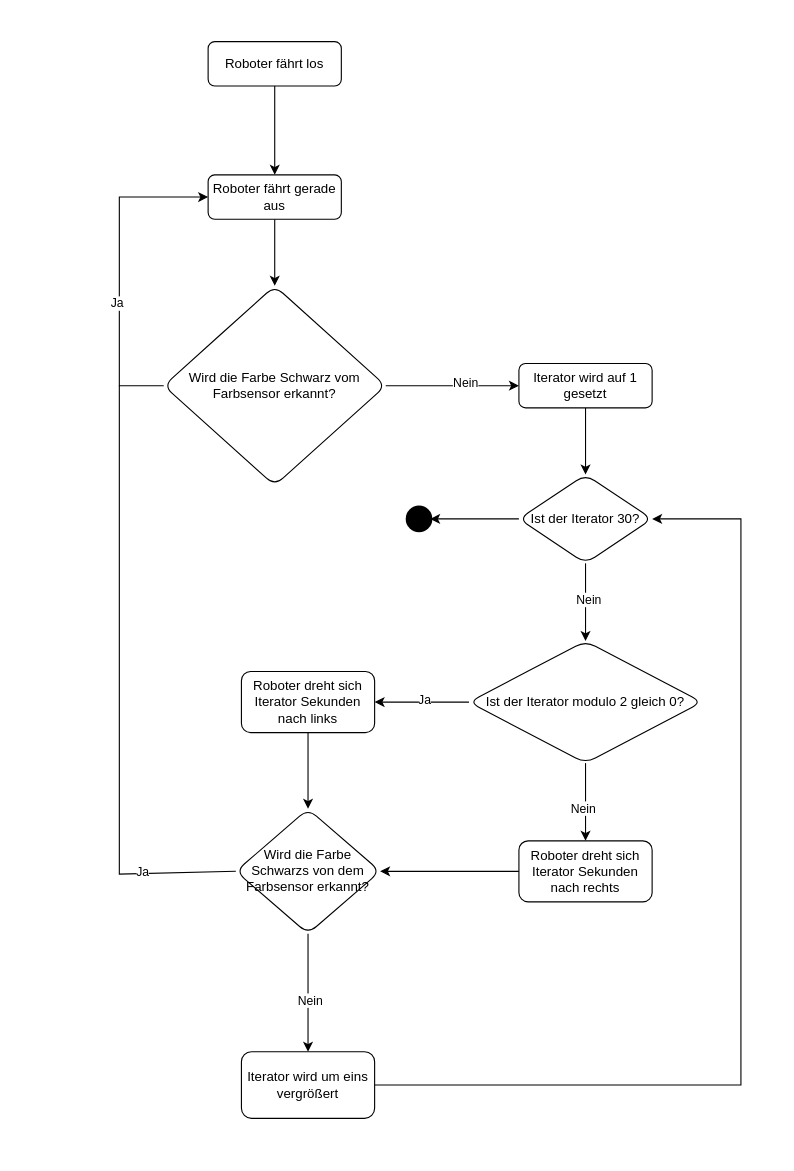
Earlier version of the draw.io diagram OneSensor.drawio (Vin1X/Lego-Spike-Movement). Source tidied: cells renumbered, new cells numbered last; positions are measured from the earlier drawing's top-left corner, leaving out a move shared by most shapes. Both pictures are drawn from the tidied source at 111%, with x=0, y=0 at pixel (119, 41).
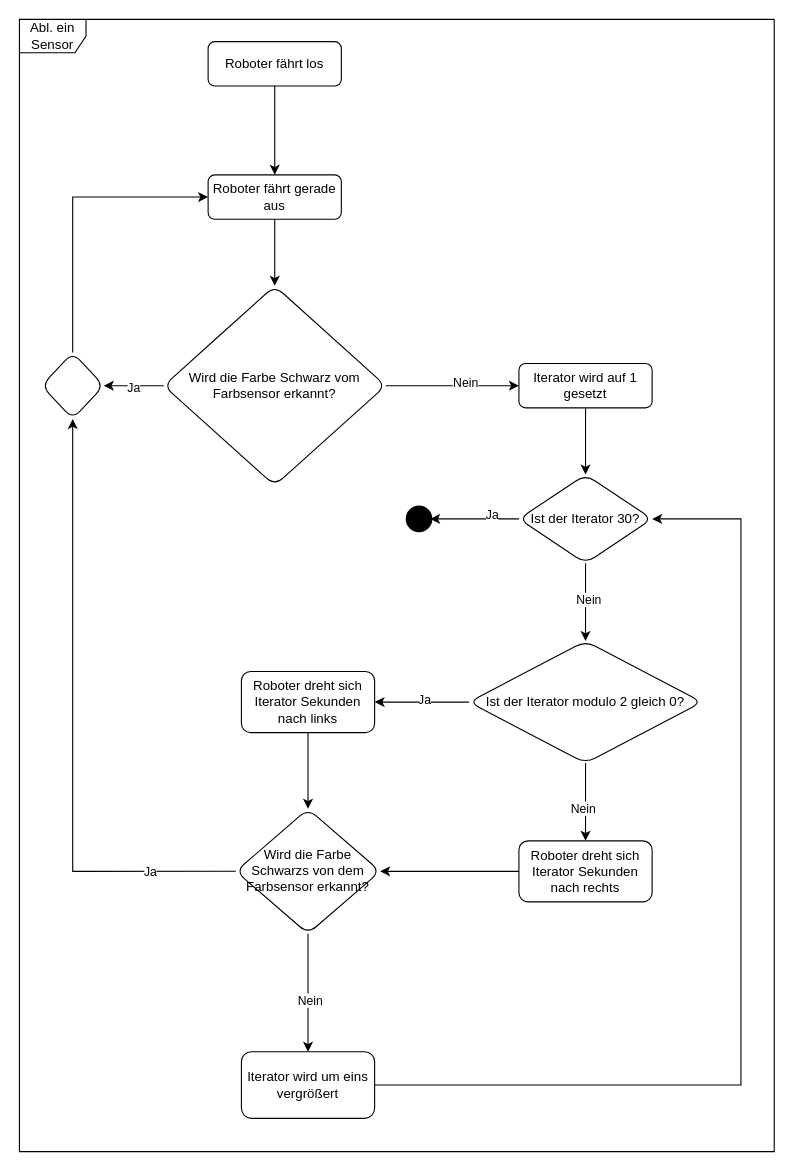
After the change.

Unchanged cells that the change refers to:
```xml
<mxCell id="5" value="Roboter fährt gerade aus" style="rounded=1;whiteSpace=wrap;html=1;fontSize=12;glass=0;strokeWidth=1;shadow=0;" parent="1" vertex="1">
  <mxGeometry x="80" y="120" width="120" height="40" as="geometry" />
</mxCell>
<mxCell id="8" value="Wird die Farbe Schwarz vom Farbsensor erkannt?" style="rhombus;whiteSpace=wrap;html=1;rounded=1;glass=0;strokeWidth=1;shadow=0;" parent="1" vertex="1">
  <mxGeometry x="40" y="220" width="200" height="180" as="geometry" />
</mxCell>
<mxCell id="26" value="Wird die Farbe Schwarzs von dem Farbsensor erkannt?" style="rhombus;whiteSpace=wrap;html=1;rounded=1;glass=0;strokeWidth=1;shadow=0;" parent="1" vertex="1">
  <mxGeometry x="105" y="691.2" width="130" height="112.5" as="geometry" />
</mxCell>
<mxCell id="33" style="endArrow=classic;html=1;rounded=0;exitX=0;exitY=0.5;exitDx=0;exitDy=0;" parent="1" edge="1" source="15">
  <mxGeometry relative="1" as="geometry">
    <mxPoint x="280" y="430" as="targetPoint" />
  </mxGeometry>
</mxCell>
```

Change to the diagram source:
```diff
@@
+    <mxCell id="34" style="edgeStyle=orthogonalEdgeStyle;rounded=0;jettySize=auto;html=1;exitX=0;exitY=0.5;exitDx=0;exitDy=0;entryX=1;entryY=0.5;entryDx=0;entryDy=0;" parent="1" edge="1" source="8" target="40">
+      <mxGeometry relative="1" as="geometry" />
+    </mxCell>
+    <mxCell id="35" value="Ja" style="edgeLabel;html=1;align=center;verticalAlign=middle;" parent="34" vertex="1">
+      <mxGeometry x="0.04" y="1" relative="1" as="geometry" />
+    </mxCell>
@@
-    <mxCell id="9" style="endArrow=classic;html=1;rounded=0;exitX=0;exitY=0.5;exitDx=0;exitDy=0;entryX=0;entryY=0.5;entryDx=0;entryDy=0;" parent="1" edge="1" source="8" target="5">
-      <mxGeometry relative="1" as="geometry">
-        <Array as="points">
-          <mxPoint y="310" />
-          <mxPoint y="140" />
-        </Array>
-      </mxGeometry>
-    </mxCell>
-    <mxCell id="10" value="Ja" style="edgeLabel;html=1;align=center;verticalAlign=middle;" parent="9" vertex="1">
-      <mxGeometry x="-0.21" y="3" relative="1" as="geometry" />
-    </mxCell>
@@
+    <mxCell id="36" style="edgeStyle=orthogonalEdgeStyle;rounded=0;jettySize=auto;html=1;exitX=0;exitY=0.5;exitDx=0;exitDy=0;entryX=0.5;entryY=1;entryDx=0;entryDy=0;" parent="1" edge="1" source="26" target="40">
+      <mxGeometry relative="1" as="geometry" />
+    </mxCell>
+    <mxCell id="37" value="Ja" style="edgeLabel;html=1;align=center;verticalAlign=middle;" parent="36" vertex="1">
+      <mxGeometry x="-0.72" relative="1" as="geometry" />
+    </mxCell>
@@
-    <mxCell id="28" style="endArrow=none;html=1;rounded=0;exitX=0;exitY=0.5;exitDx=0;exitDy=0;" parent="1" edge="1" source="26">
-      <mxGeometry relative="1" as="geometry">
-        <mxPoint y="310" as="targetPoint" />
-        <Array as="points">
-          <mxPoint y="750" />
-        </Array>
-      </mxGeometry>
-    </mxCell>
-    <mxCell id="29" value="Ja" style="edgeLabel;html=1;align=center;verticalAlign=middle;" parent="28" vertex="1">
-      <mxGeometry x="-0.69" y="-2" relative="1" as="geometry" />
-    </mxCell>
@@
+    <mxCell id="38" value="Ja" style="edgeLabel;html=1;align=center;verticalAlign=middle;" parent="33" vertex="1">
+      <mxGeometry x="-0.38" y="-4" relative="1" as="geometry" />
+    </mxCell>
+    <mxCell id="39" style="edgeStyle=orthogonalEdgeStyle;rounded=0;jettySize=auto;html=1;exitX=0.5;exitY=0;exitDx=0;exitDy=0;entryX=0;entryY=0.5;entryDx=0;entryDy=0;" parent="1" edge="1" source="40" target="5">
+      <mxGeometry relative="1" as="geometry" />
+    </mxCell>
+    <mxCell id="40" style="rhombus;whiteSpace=wrap;html=1;rounded=1;glass=0;strokeWidth=1;shadow=0;" parent="1" vertex="1">
+      <mxGeometry x="-70" y="280" width="56" height="60" as="geometry" />
+    </mxCell>
+    <mxCell id="41" value="Abl. ein Sensor" style="shape=umlFrame;whiteSpace=wrap;html=1;" parent="1" vertex="1">
+      <mxGeometry x="-90" y="-20" width="680" height="1020" as="geometry" />
+    </mxCell>
```
